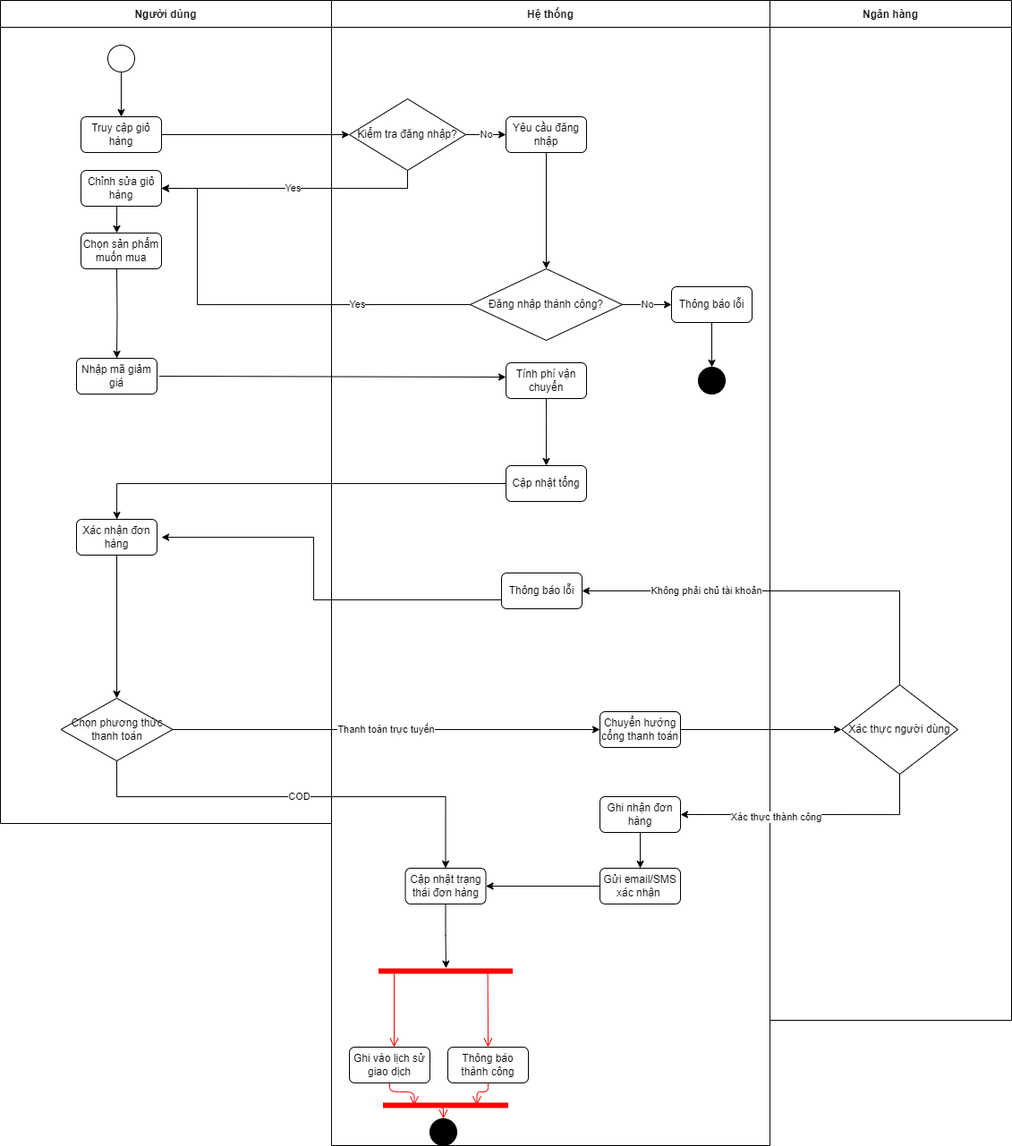
The draw.io diagram Activity Diagram/Cart_Checkout.drawio.png in NguyenThaiDung2003/IT3120Nhom11, before a commit. Source tidied: cells renumbered, new cells last; positions are measured from the earlier drawing's top-left corner, leaving out a move shared by most shapes.
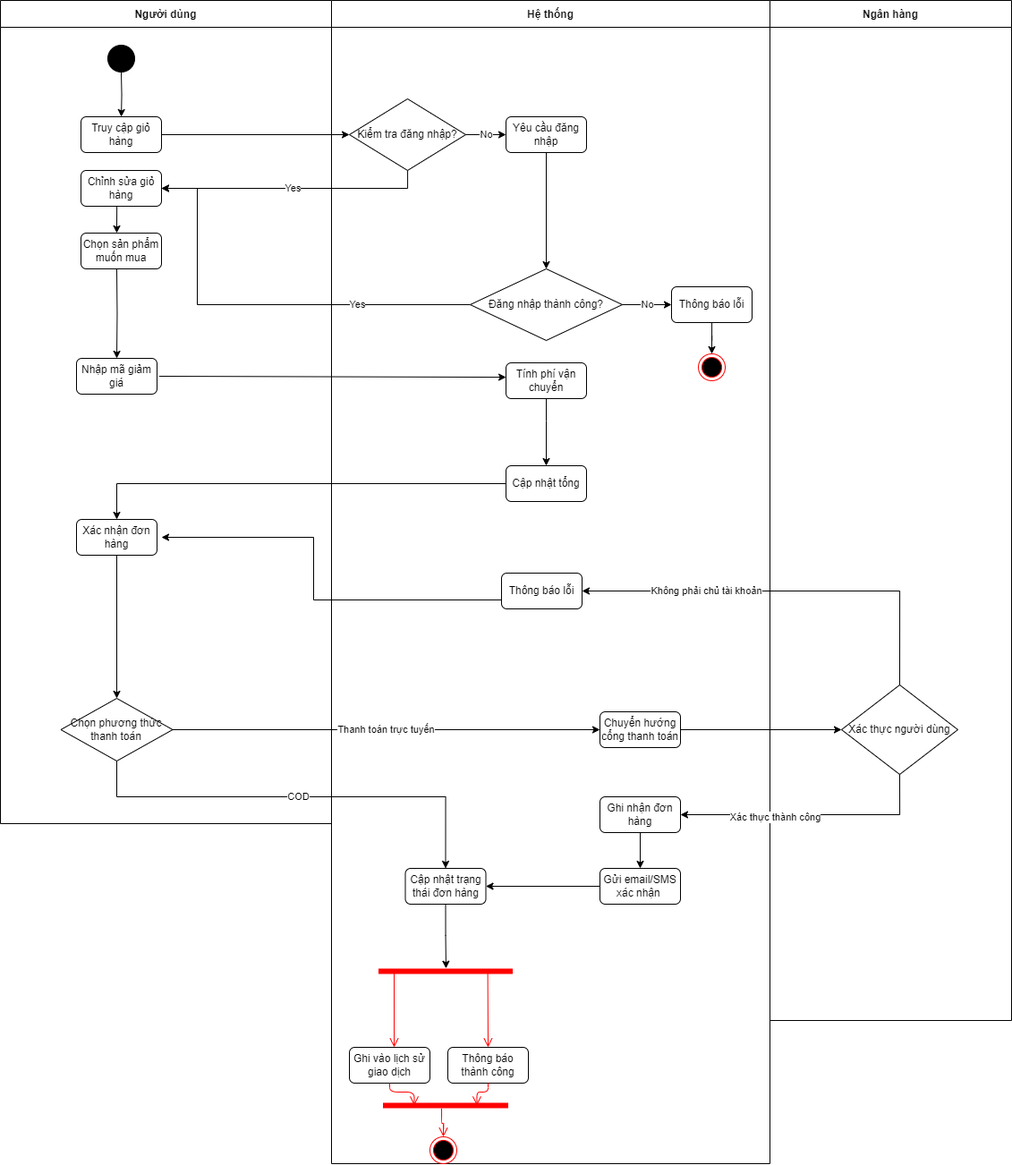
The same diagram one commit later.

Commit message:
chinh sua phan cart checkout

Diff of the diagram source:
```diff
@@ -5,9 +5,6 @@
     <mxCell id="2" value="Người dùng" style="swimlane;startSize=30;" parent="1" vertex="1">
       <mxGeometry width="370" height="920" as="geometry" />
     </mxCell>
-    <mxCell id="3" style="ellipse;whiteSpace=wrap;html=1;" parent="2" vertex="1">
-      <mxGeometry x="120" y="50" width="30" height="30" as="geometry" />
-    </mxCell>
     <mxCell id="4" value="Truy cập giỏ hàng" style="rounded=1;whiteSpace=wrap;html=1;" parent="2" vertex="1">
       <mxGeometry x="90" y="130" width="90" height="40" as="geometry" />
     </mxCell>
@@ -39,8 +36,13 @@
     <mxCell id="12" style="edgeStyle=orthogonalEdgeStyle;rounded=0;html=1;jettySize=auto;entryX=0.5;entryY=0;entryDx=0;entryDy=0;exitX=0.5;exitY=1;exitDx=0;exitDy=0;" parent="2" edge="1" source="7" target="11">
       <mxGeometry relative="1" as="geometry" />
     </mxCell>
+    <mxCell id="60" style="ellipse;whiteSpace=wrap;html=1;fillColor=#000000;" parent="2" vertex="1">
+      <mxGeometry x="120" y="50" width="30" height="30" as="geometry" />
+    </mxCell>
-    <mxCell id="13" style="edgeStyle=orthogonalEdgeStyle;rounded=0;html=1;jettySize=auto;" parent="1" edge="1" source="3" target="4">
-      <mxGeometry relative="1" as="geometry" />
+    <mxCell id="13" style="edgeStyle=orthogonalEdgeStyle;rounded=0;html=1;jettySize=auto;" parent="1" edge="1" target="4">
+      <mxGeometry relative="1" as="geometry">
+        <mxPoint x="135" y="80" as="sourcePoint" />
+      </mxGeometry>
     </mxCell>
     <mxCell id="14" style="edgeStyle=orthogonalEdgeStyle;rounded=0;html=1;jettySize=auto;" parent="1" edge="1" source="4" target="21">
       <mxGeometry relative="1" as="geometry" />
@@ -78,7 +80,7 @@
       <mxGeometry x="80" y="765" width="130" height="100" as="geometry" />
     </mxCell>
     <mxCell id="20" value="Hệ thống" style="swimlane;startSize=30;" parent="1" vertex="1">
-      <mxGeometry x="370" width="490" height="1280" as="geometry" />
+      <mxGeometry x="370" width="490" height="1300" as="geometry" />
     </mxCell>
     <mxCell id="21" value="Kiểm tra đăng nhập?" style="rhombus;whiteSpace=wrap;html=1;" parent="20" vertex="1">
       <mxGeometry x="20" y="110" width="130" height="80" as="geometry" />
@@ -89,9 +91,6 @@
     <mxCell id="23" value="Thông báo lỗi" style="rounded=1;whiteSpace=wrap;html=1;" parent="20" vertex="1">
       <mxGeometry x="380" y="320" width="90" height="40" as="geometry" />
     </mxCell>
-    <mxCell id="24" style="ellipse;whiteSpace=wrap;html=1;fillColor=#000000;" parent="20" vertex="1">
-      <mxGeometry x="410" y="410" width="30" height="30" as="geometry" />
-    </mxCell>
     <mxCell id="25" value="Cập nhật tổng" style="rounded=1;whiteSpace=wrap;html=1;" parent="20" vertex="1">
       <mxGeometry x="195" y="520" width="90" height="40" as="geometry" />
     </mxCell>
@@ -104,9 +103,6 @@
     <mxCell id="28" value="Gửi email/SMS xác nhận&amp;nbsp;" style="rounded=1;whiteSpace=wrap;html=1;" parent="20" vertex="1">
       <mxGeometry x="300" y="970" width="90" height="40" as="geometry" />
     </mxCell>
-    <mxCell id="29" style="ellipse;whiteSpace=wrap;html=1;fillColor=#000000;" parent="20" vertex="1">
-      <mxGeometry x="110" y="1250" width="30" height="30" as="geometry" />
-    </mxCell>
     <mxCell id="30" value="Thông báo lỗi" style="rounded=1;whiteSpace=wrap;html=1;" parent="20" vertex="1">
       <mxGeometry x="190" y="640" width="90" height="40" as="geometry" />
     </mxCell>
@@ -119,7 +115,7 @@
     <mxCell id="33" value="No" style="edgeStyle=orthogonalEdgeStyle;rounded=0;html=1;jettySize=auto;" parent="20" edge="1" source="22" target="23">
       <mxGeometry relative="1" as="geometry" />
     </mxCell>
-    <mxCell id="34" style="edgeStyle=orthogonalEdgeStyle;rounded=0;html=1;jettySize=auto;" parent="20" edge="1" source="23" target="24">
+    <mxCell id="34" style="edgeStyle=orthogonalEdgeStyle;rounded=0;html=1;jettySize=auto;" parent="20" edge="1" source="23" target="61">
       <mxGeometry relative="1" as="geometry" />
     </mxCell>
     <mxCell id="35" style="edgeStyle=orthogonalEdgeStyle;rounded=0;html=1;jettySize=auto;exitX=0;exitY=0.5;exitDx=0;exitDy=0;entryX=1;entryY=0.5;entryDx=0;entryDy=0;" parent="20" edge="1" source="28" target="41">
@@ -191,9 +187,15 @@
     <mxCell id="50" style="edgeStyle=orthogonalEdgeStyle;html=1;verticalAlign=bottom;endArrow=open;endSize=8;strokeColor=#ff0000;exitX=0.5;exitY=1;exitDx=0;exitDy=0;entryX=0.75;entryY=0.5;entryDx=0;entryDy=0;entryPerimeter=0;" parent="20" edge="1" source="45" target="48">
       <mxGeometry relative="1" as="geometry" />
     </mxCell>
-    <mxCell id="51" style="edgeStyle=orthogonalEdgeStyle;html=1;verticalAlign=bottom;endArrow=open;endSize=8;strokeColor=#ff0000;exitX=0.468;exitY=0.83;exitDx=0;exitDy=0;exitPerimeter=0;entryX=0.5;entryY=0;entryDx=0;entryDy=0;" parent="20" edge="1" source="48" target="29">
+    <mxCell id="51" style="edgeStyle=orthogonalEdgeStyle;html=1;verticalAlign=bottom;endArrow=open;endSize=8;strokeColor=#ff0000;exitX=0.468;exitY=0.83;exitDx=0;exitDy=0;exitPerimeter=0;entryX=0.5;entryY=0;entryDx=0;entryDy=0;" parent="20" edge="1" source="48" target="62">
       <mxGeometry relative="1" as="geometry" />
     </mxCell>
+    <mxCell id="61" style="ellipse;html=1;shape=endState;fillColor=#000000;strokeColor=#ff0000;" parent="20" vertex="1">
+      <mxGeometry x="410" y="395" width="30" height="30" as="geometry" />
+    </mxCell>
+    <mxCell id="62" style="ellipse;html=1;shape=endState;fillColor=#000000;strokeColor=#ff0000;" parent="20" vertex="1">
+      <mxGeometry x="110" y="1270" width="30" height="30" as="geometry" />
+    </mxCell>
     <mxCell id="52" style="edgeStyle=orthogonalEdgeStyle;rounded=0;html=1;jettySize=auto;exitX=1;exitY=0.5;exitDx=0;exitDy=0;entryX=0;entryY=0.5;entryDx=0;entryDy=0;" parent="1" edge="1" source="36" target="19">
       <mxGeometry relative="1" as="geometry" />
     </mxCell>
```
